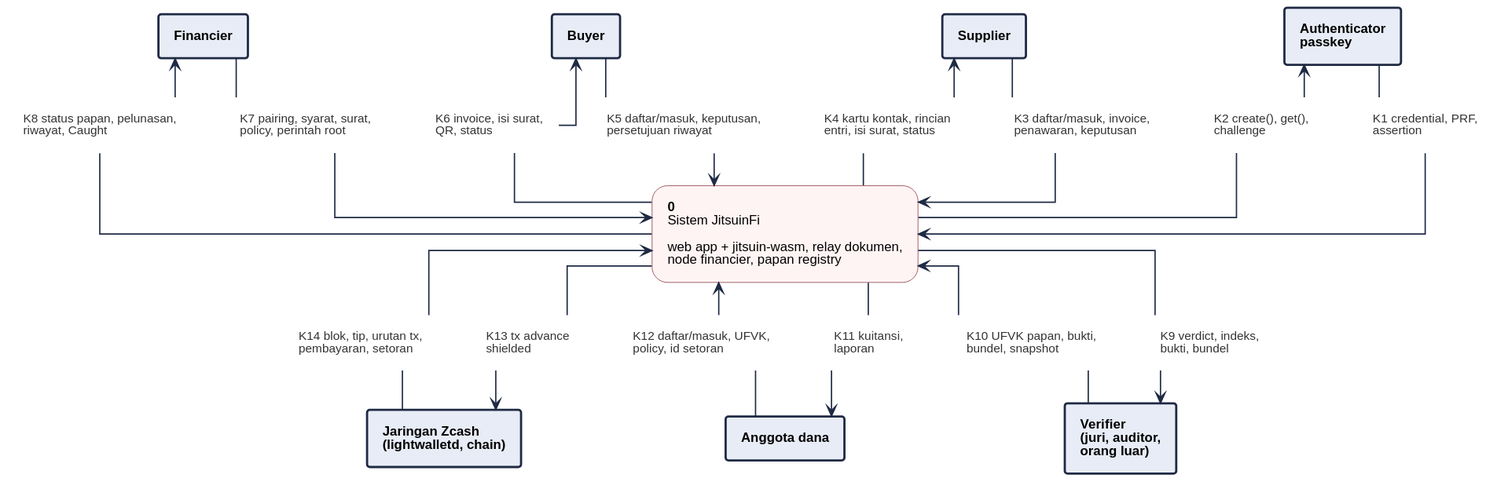
Above: 08-FlowDiagrams/assets/dfd-0.svg in JitsuinFi/jitsuinfi-vault (PlantUML), before the change.
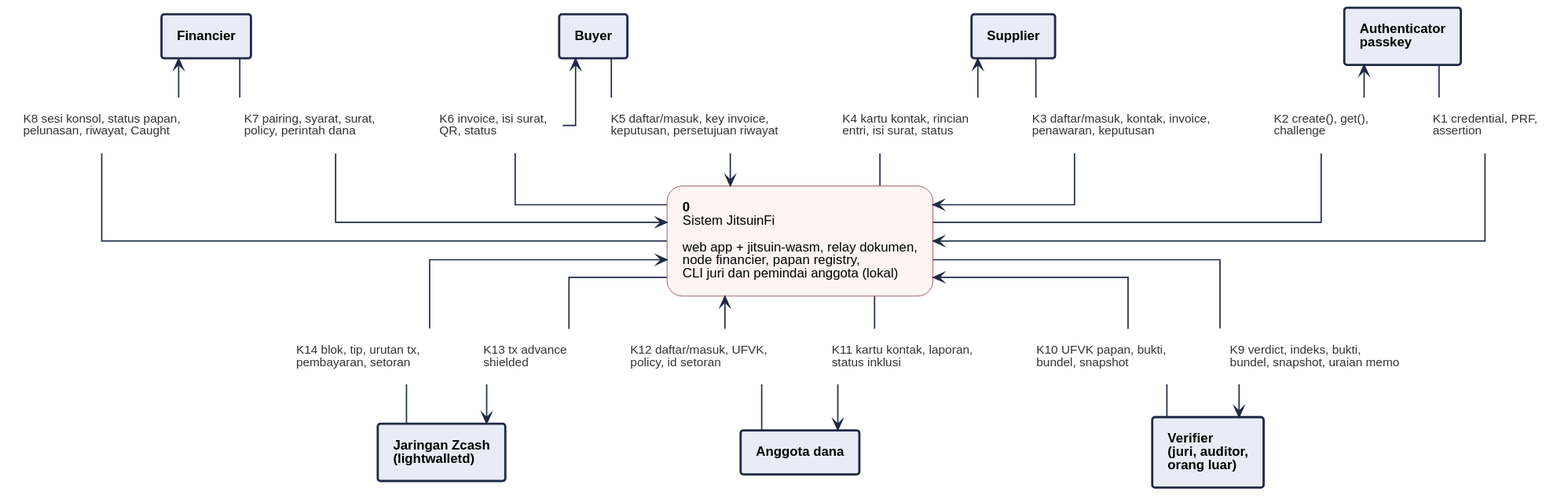
After the change.

What changed in the source:
```diff
@@ -8,22 +8,22 @@
 rectangle "Financier" <<entity>> as F
 rectangle "K1 credential, PRF,\nassertion" <<flow>> as k1
 rectangle "K2 create(), get(),\nchallenge" <<flow>> as k2
-rectangle "K3 daftar/masuk, invoice,\npenawaran, keputusan" <<flow>> as k3
+rectangle "K3 daftar/masuk, kontak, invoice,\npenawaran, keputusan" <<flow>> as k3
 rectangle "K4 kartu kontak, rincian\nentri, isi surat, status" <<flow>> as k4
-rectangle "K5 daftar/masuk, keputusan,\npersetujuan riwayat" <<flow>> as k5
+rectangle "K5 daftar/masuk, key invoice,\nkeputusan, persetujuan riwayat" <<flow>> as k5
 rectangle "K6 invoice, isi surat,\nQR, status" <<flow>> as k6
-rectangle "K7 pairing, syarat, surat,\npolicy, perintah root" <<flow>> as k7
-rectangle "K8 status papan, pelunasan,\nriwayat, Caught" <<flow>> as k8
-rectangle "**0**\nSistem JitsuinFi\n\nweb app + jitsuin-wasm, relay dokumen,\nnode financier, papan registry" <<process>> as P
-rectangle "K9 verdict, indeks,\nbukti, bundel" <<flow>> as k9
+rectangle "K7 pairing, syarat, surat,\npolicy, perintah dana" <<flow>> as k7
+rectangle "K8 sesi konsol, status papan,\npelunasan, riwayat, Caught" <<flow>> as k8
+rectangle "**0**\nSistem JitsuinFi\n\nweb app + jitsuin-wasm, relay dokumen,\nnode financier, papan registry,\nCLI juri dan pemindai anggota (lokal)" <<process>> as P
+rectangle "K9 verdict, indeks, bukti,\nbundel, snapshot, uraian memo" <<flow>> as k9
 rectangle "K10 UFVK papan, bukti,\nbundel, snapshot" <<flow>> as k10
-rectangle "K11 kuitansi,\nlaporan" <<flow>> as k11
+rectangle "K11 kartu kontak, laporan,\nstatus inklusi" <<flow>> as k11
 rectangle "K12 daftar/masuk, UFVK,\npolicy, id setoran" <<flow>> as k12
 rectangle "K13 tx advance\nshielded" <<flow>> as k13
 rectangle "K14 blok, tip, urutan tx,\npembayaran, setoran" <<flow>> as k14
 rectangle "Verifier\n(juri, auditor,\norang luar)" <<entity>> as V
 rectangle "Anggota dana" <<entity>> as M
-rectangle "Jaringan Zcash\n(lightwalletd, chain)" <<entity>> as Z
+rectangle "Jaringan Zcash\n(lightwalletd)" <<entity>> as Z
 A -down- k1
 k1 -down-> P
 P -up- k2
```
